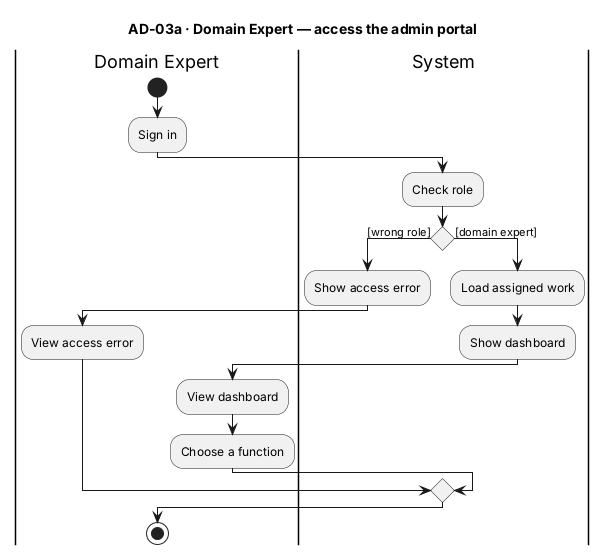
Above: reports/master/figures/AD-03a_DomainExpert_AccessPortal.png in The-Golden-Trio/Capstone-Project (PlantUML), before the change. Its diagram source:
```plantuml
@startuml AD-03a_DomainExpert_AccessPortal
title AD-03a · Domain Expert — access the admin portal

|Domain Expert|
|System|

|Domain Expert|
start
:Sign in;
|System|
:Check role;
if () then ([wrong role])
  :Show access error;
  |Domain Expert|
  :View access error;
else ([domain expert])
  |System|
  :Load assigned work;
  :Show dashboard;
  |Domain Expert|
  :View dashboard;
  :Choose a function;
endif
stop
@enduml
```
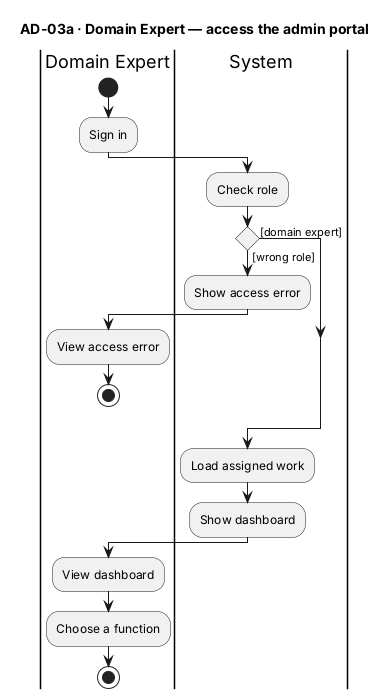
After the commit.

Diff of the diagram source:
```diff
@@ -13,13 +13,14 @@
   :Show access error;
   |Domain Expert|
   :View access error;
+  stop
 else ([domain expert])
-  |System|
-  :Load assigned work;
-  :Show dashboard;
-  |Domain Expert|
-  :View dashboard;
-  :Choose a function;
 endif
+|System|
+:Load assigned work;
+:Show dashboard;
+|Domain Expert|
+:View dashboard;
+:Choose a function;
 stop
 @enduml
```
